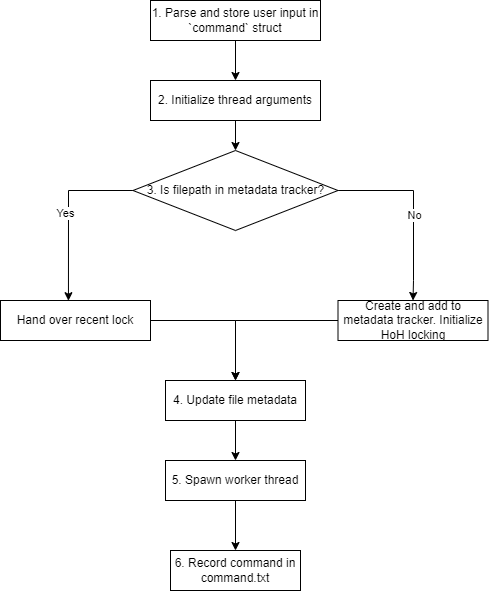
The draw.io diagram docs/pics/master-flowchart.png in derwells/multithreaded-fileserver, before a commit. Source tidied: cells renumbered, new cells last; positions are measured from the earlier drawing's top-left corner, leaving out a move shared by most shapes.
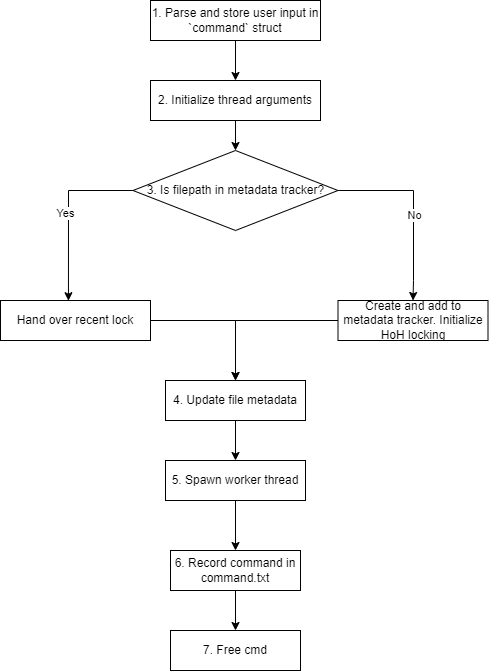
The same diagram one commit later.

Diff of the diagram source:
```diff
@@ -46,6 +46,9 @@
     <mxCell id="12" value="5. Spawn worker thread" style="rounded=0;whiteSpace=wrap;html=1;" parent="1" vertex="1">
       <mxGeometry x="165" y="460" width="140" height="40" as="geometry" />
     </mxCell>
+    <mxCell id="20" style="edgeStyle=orthogonalEdgeStyle;rounded=0;jettySize=auto;html=1;" parent="1" edge="1" source="13" target="21">
+      <mxGeometry relative="1" as="geometry" />
+    </mxCell>
     <mxCell id="13" value="6. Record command in command.txt" style="rounded=0;whiteSpace=wrap;html=1;" parent="1" vertex="1">
       <mxGeometry x="170" y="550" width="130" height="40" as="geometry" />
     </mxCell>
@@ -67,5 +70,8 @@
     <mxCell id="19" value="2. Initialize thread arguments" style="rounded=0;whiteSpace=wrap;html=1;" parent="1" vertex="1">
       <mxGeometry x="150" y="80" width="170" height="40" as="geometry" />
     </mxCell>
+    <mxCell id="21" value="7. Free cmd" style="rounded=0;whiteSpace=wrap;html=1;" parent="1" vertex="1">
+      <mxGeometry x="170" y="630" width="130" height="40" as="geometry" />
+    </mxCell>
   </root>
 </mxGraphModel>
```
